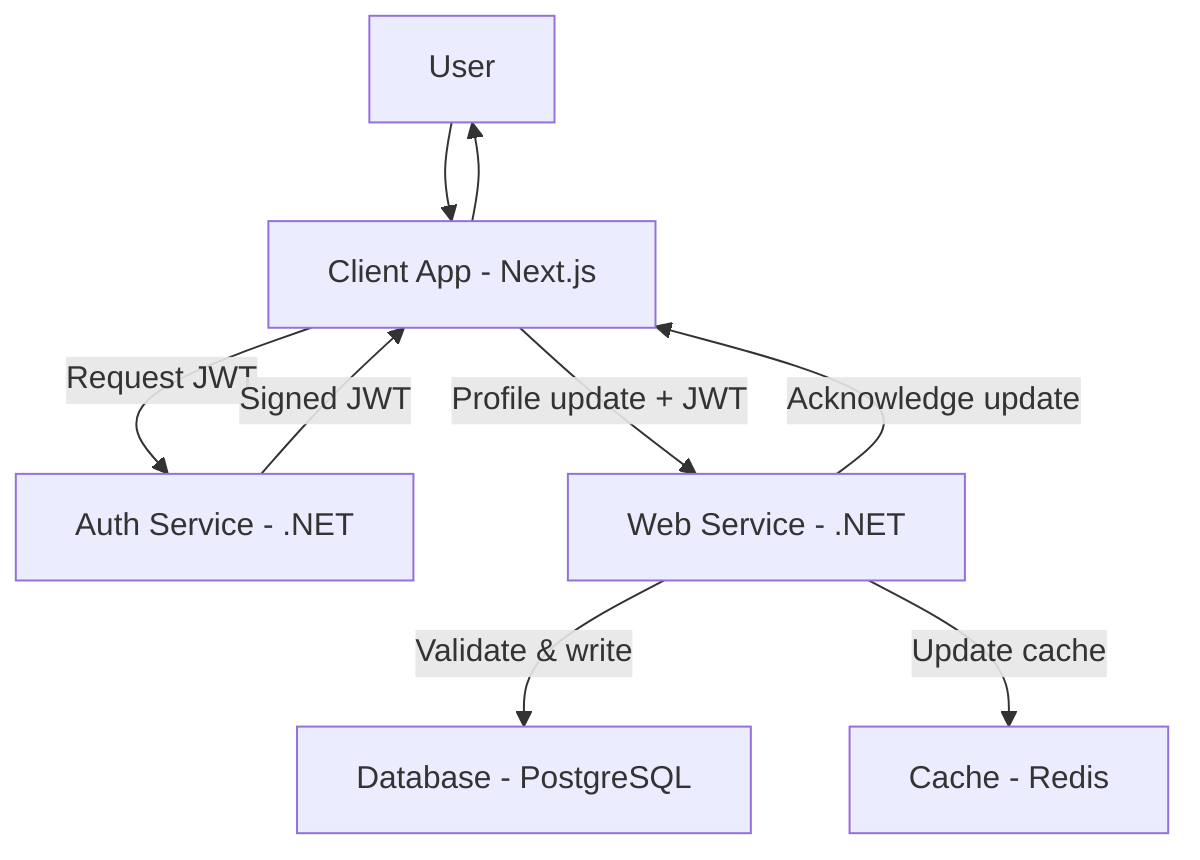
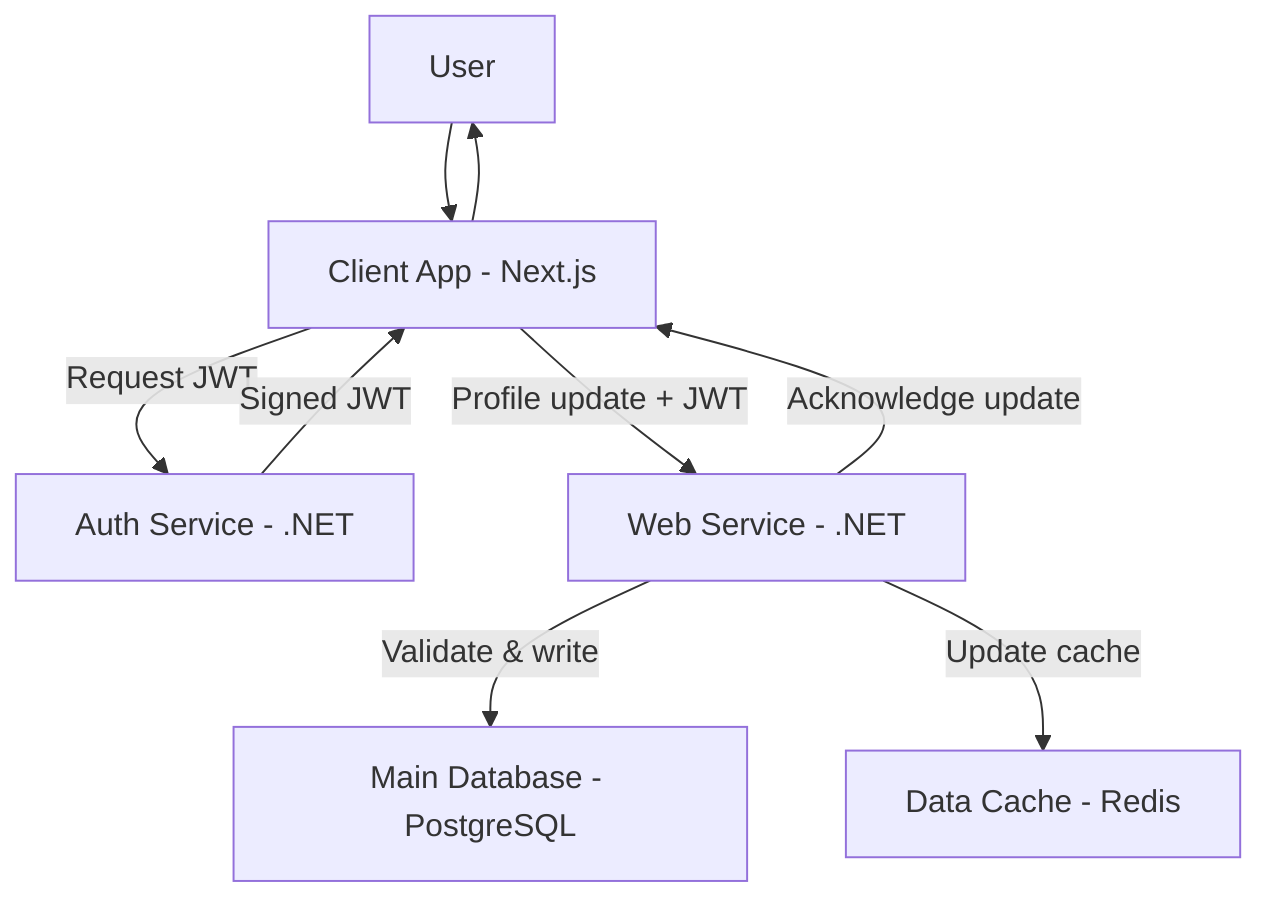
graph TD
    User-->Client[Client App - Next.js]
    Client-- Request JWT -->Auth[Auth Service - .NET]
    Auth-- Signed JWT -->Client
    Client-- Profile update + JWT -->Api[Web Service - .NET]
-     Api-- Validate & write -->Postgres[ Database - PostgreSQL]
-     Api-- Update cache -->Redis[Cache - Redis]
+     Api-- Validate & write -->Postgres[Main Database - PostgreSQL]
+     Api-- Update cache -->Redis[Data Cache - Redis]
    Api-- Acknowledge update -->Client
    Client-->User
